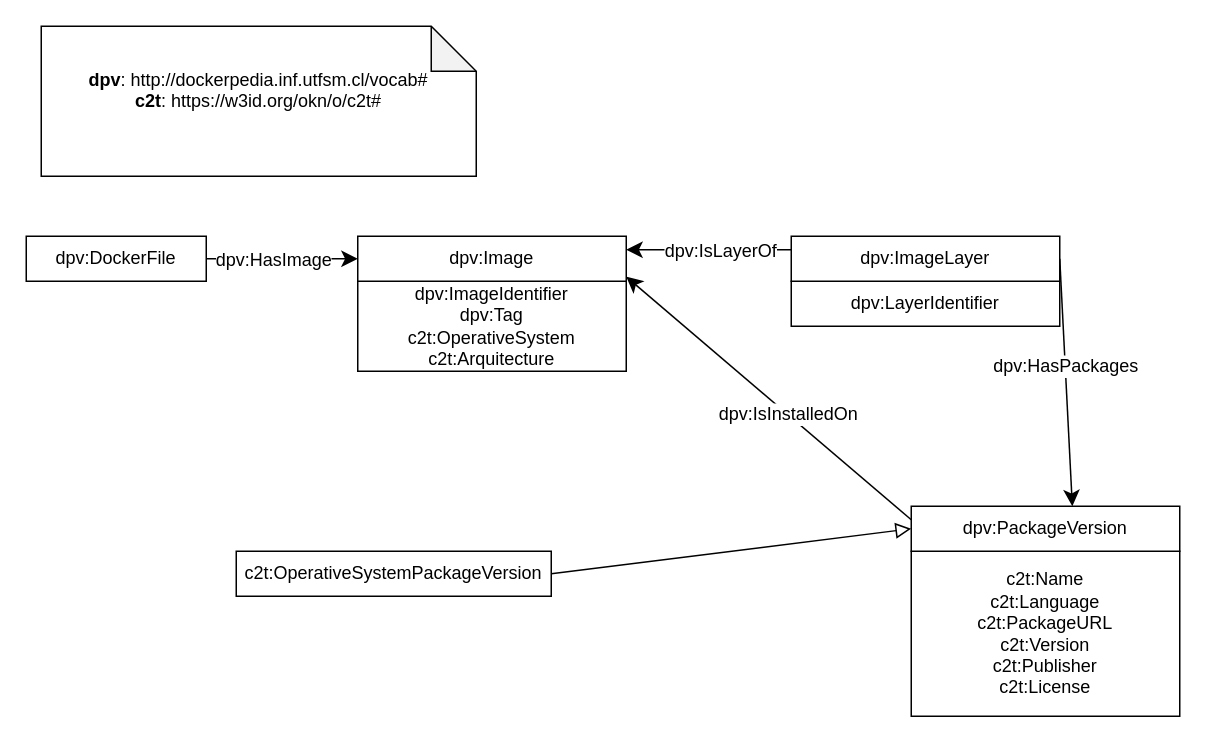
Earlier version of the draw.io diagram ontology.drawio (osoc-es/c2t). Source tidied: cells renumbered, new cells numbered last; positions are measured from the earlier drawing's top-left corner, leaving out a move shared by most shapes. Both pictures are drawn from the tidied source at 150%, with x=0, y=0 at pixel (26, 26).
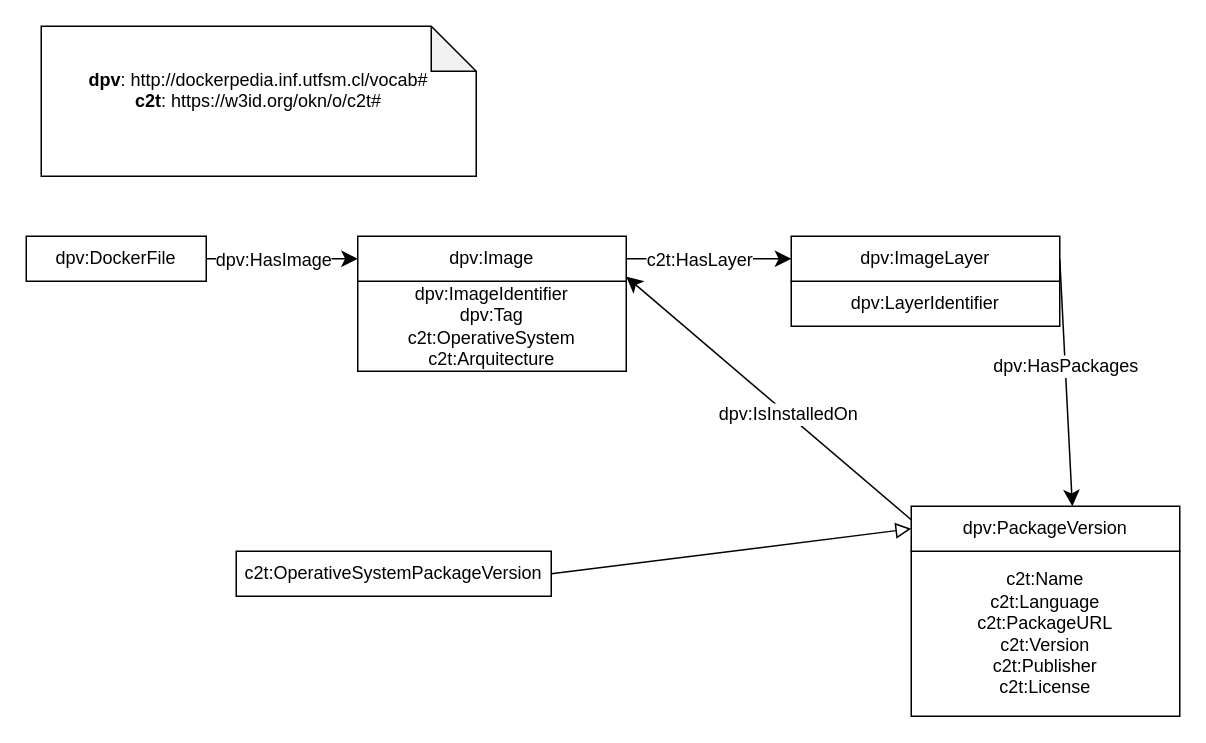
Above is the later version.

Commit message (it also covers changes not shown here):
Cambio ontología

What changed in the source:
```diff
@@
 <mxGraphModel>
   <root>
     <mxCell id="0" />
     <mxCell id="1" parent="0" />
     <mxCell id="2" value="dpv:DockerFile" style="rounded=0;whiteSpace=wrap;html=1;snapToPoint=1;points=[[0.1,0],[0.2,0],[0.3,0],[0.4,0],[0.5,0],[0.6,0],[0.7,0],[0.8,0],[0.9,0],[0,0.1],[0,0.3],[0,0.5],[0,0.7],[0,0.9],[0.1,1],[0.2,1],[0.3,1],[0.4,1],[0.5,1],[0.6,1],[0.7,1],[0.8,1],[0.9,1],[1,0.1],[1,0.3],[1,0.5],[1,0.7],[1,0.9]];" parent="1" vertex="1">
       <mxGeometry y="140" width="120" height="30" as="geometry" />
     </mxCell>
     <mxCell id="3" value="&lt;div&gt;&lt;b&gt;dpv&lt;/b&gt;: http://dockerpedia.inf.utfsm.cl/vocab#&lt;/div&gt;&lt;div&gt;&lt;div&gt;&lt;b&gt;c2t&lt;/b&gt;: https://w3id.org/okn/o/c2t#&lt;/div&gt;&lt;/div&gt;&lt;div&gt;&lt;br&gt;&lt;/div&gt;" style="shape=note;whiteSpace=wrap;html=1;backgroundOutline=1;darkOpacity=0.05;" parent="1" vertex="1">
       <mxGeometry x="10" width="290" height="100" as="geometry" />
     </mxCell>
     <mxCell id="4" value="c2t:OperativeSystemPackageVersion" style="rounded=0;whiteSpace=wrap;html=1;snapToPoint=1;points=[[0.1,0],[0.2,0],[0.3,0],[0.4,0],[0.5,0],[0.6,0],[0.7,0],[0.8,0],[0.9,0],[0,0.1],[0,0.3],[0,0.5],[0,0.7],[0,0.9],[0.1,1],[0.2,1],[0.3,1],[0.4,1],[0.5,1],[0.6,1],[0.7,1],[0.8,1],[0.9,1],[1,0.1],[1,0.3],[1,0.5],[1,0.7],[1,0.9]];" parent="1" vertex="1">
       <mxGeometry x="140" y="350" width="210" height="30" as="geometry" />
     </mxCell>
     <mxCell id="5" value="dpv:ImageIdentifier&lt;br&gt;dpv:Tag&lt;br&gt;c2t:OperativeSystem&lt;br&gt;c2t:Arquitecture" style="rounded=0;whiteSpace=wrap;html=1;" parent="1" vertex="1">
       <mxGeometry x="221" y="170" width="179" height="60" as="geometry" />
     </mxCell>
     <mxCell id="6" value="dpv:Image" style="rounded=0;whiteSpace=wrap;html=1;snapToPoint=1;points=[[0.1,0],[0.2,0],[0.3,0],[0.4,0],[0.5,0],[0.6,0],[0.7,0],[0.8,0],[0.9,0],[0,0.1],[0,0.3],[0,0.5],[0,0.7],[0,0.9],[0.1,1],[0.2,1],[0.3,1],[0.4,1],[0.5,1],[0.6,1],[0.7,1],[0.8,1],[0.9,1],[1,0.1],[1,0.3],[1,0.5],[1,0.7],[1,0.9]];" parent="1" vertex="1">
       <mxGeometry x="221" y="140" width="179" height="30" as="geometry" />
     </mxCell>
     <mxCell id="7" value="dpv:LayerIdentifier" style="rounded=0;whiteSpace=wrap;html=1;" parent="1" vertex="1">
       <mxGeometry x="510" y="170" width="179" height="30" as="geometry" />
     </mxCell>
     <mxCell id="8" value="dpv:ImageLayer" style="rounded=0;whiteSpace=wrap;html=1;snapToPoint=1;points=[[0.1,0],[0.2,0],[0.3,0],[0.4,0],[0.5,0],[0.6,0],[0.7,0],[0.8,0],[0.9,0],[0,0.1],[0,0.3],[0,0.5],[0,0.7],[0,0.9],[0.1,1],[0.2,1],[0.3,1],[0.4,1],[0.5,1],[0.6,1],[0.7,1],[0.8,1],[0.9,1],[1,0.1],[1,0.3],[1,0.5],[1,0.7],[1,0.9]];" parent="1" vertex="1">
       <mxGeometry x="510" y="140" width="179" height="30" as="geometry" />
     </mxCell>
     <mxCell id="9" value="c2t:Name&lt;br&gt;c2t:Language&lt;br&gt;c2t:PackageURL&lt;br&gt;c2t:Version&lt;br&gt;c2t:Publisher&lt;br&gt;c2t:License" style="rounded=0;whiteSpace=wrap;html=1;" parent="1" vertex="1">
       <mxGeometry x="590" y="350" width="179" height="110" as="geometry" />
     </mxCell>
     <mxCell id="10" value="dpv:PackageVersion" style="rounded=0;whiteSpace=wrap;html=1;snapToPoint=1;points=[[0.1,0],[0.2,0],[0.3,0],[0.4,0],[0.5,0],[0.6,0],[0.7,0],[0.8,0],[0.9,0],[0,0.1],[0,0.3],[0,0.5],[0,0.7],[0,0.9],[0.1,1],[0.2,1],[0.3,1],[0.4,1],[0.5,1],[0.6,1],[0.7,1],[0.8,1],[0.9,1],[1,0.1],[1,0.3],[1,0.5],[1,0.7],[1,0.9]];" parent="1" vertex="1">
       <mxGeometry x="590" y="320" width="179" height="30" as="geometry" />
     </mxCell>
     <mxCell id="11" style="endArrow=classic;html=1;exitX=1;exitY=0.5;exitDx=0;exitDy=0;endSize=8;arcSize=0;rounded=0;entryX=0;entryY=0.5;entryDx=0;entryDy=0;" parent="1" edge="1" source="2" target="6">
       <mxGeometry relative="1" as="geometry" />
     </mxCell>
     <mxCell id="12" value="dpv:HasImage" style="text;html=1;align=center;verticalAlign=middle;labelBackgroundColor=#ffffff;" parent="11" vertex="1">
       <mxGeometry x="-0.13" relative="1" as="geometry" />
     </mxCell>
-    <mxCell id="13" style="endArrow=classic;html=1;entryX=1;entryY=0.3;entryDx=0;entryDy=0;endSize=8;arcSize=0;rounded=0;exitX=0;exitY=0.3;exitDx=0;exitDy=0;" parent="1" edge="1" source="8" target="6">
+    <mxCell id="13" style="endArrow=classic;html=1;endSize=8;arcSize=0;rounded=0;exitX=1;exitY=0.5;exitDx=0;exitDy=0;entryX=0;entryY=0.5;entryDx=0;entryDy=0;" parent="1" edge="1" source="6" target="8">
       <mxGeometry relative="1" as="geometry" />
     </mxCell>
-    <mxCell id="14" value="dpv:IsLayerOf" style="text;html=1;align=center;verticalAlign=middle;labelBackgroundColor=#ffffff;" parent="13" vertex="1">
+    <mxCell id="14" value="c2t:HasLayer" style="text;html=1;align=center;verticalAlign=middle;labelBackgroundColor=#ffffff;" parent="13" vertex="1">
       <mxGeometry x="-0.13" relative="1" as="geometry" />
     </mxCell>
     <mxCell id="15" style="endArrow=classic;html=1;exitX=1;exitY=0.5;exitDx=0;exitDy=0;entryX=0.6;entryY=0;entryDx=0;entryDy=0;endSize=8;arcSize=0;rounded=0;" parent="1" edge="1" source="8" target="10">
       <mxGeometry relative="1" as="geometry" />
     </mxCell>
     <mxCell id="16" value="dpv:HasPackages" style="text;html=1;align=center;verticalAlign=middle;labelBackgroundColor=#ffffff;" parent="15" vertex="1">
       <mxGeometry x="-0.13" relative="1" as="geometry" />
     </mxCell>
     <mxCell id="17" style="endArrow=classic;html=1;exitX=0;exitY=0.3;exitDx=0;exitDy=0;entryX=1;entryY=0.9;entryDx=0;entryDy=0;endSize=8;arcSize=0;rounded=0;" parent="1" edge="1" source="10" target="6">
       <mxGeometry relative="1" as="geometry" />
     </mxCell>
     <mxCell id="18" value="dpv:IsInstalledOn" style="text;html=1;align=center;verticalAlign=middle;labelBackgroundColor=#ffffff;" parent="17" vertex="1">
       <mxGeometry x="-0.13" relative="1" as="geometry" />
     </mxCell>
     <mxCell id="19" style="endArrow=block;html=1;fontColor=#000099;exitX=1;exitY=0.5;exitDx=0;exitDy=0;endFill=0;entryX=0;entryY=0.5;entryDx=0;entryDy=0;endSize=8;arcSize=0;rounded=0;" parent="1" edge="1" source="4" target="10">
       <mxGeometry relative="1" as="geometry" />
     </mxCell>
   </root>
 </mxGraphModel>
```
